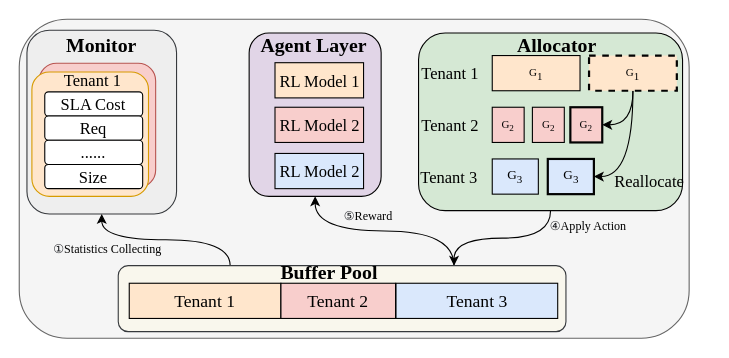
Before: 未命名绘图.drawio in K111DK/Network-utils, a draw.io diagram. Source tidied: cells renumbered, new cells numbered last; positions are measured from the earlier drawing's top-left corner, leaving out a move shared by most shapes. Both pictures are drawn from the tidied source at 110%, with x=0, y=0 at pixel (19, 19).
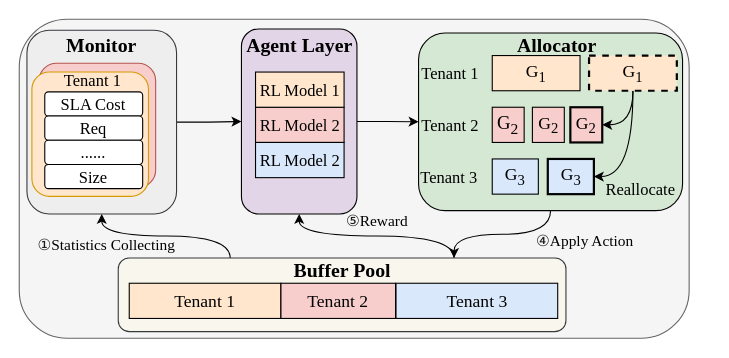
The same page after the edit.

Commit message (it also covers changes not shown here):
更新未命名绘图.drawio

The change refers to these unchanged cells:
```xml
<mxCell id="3" style="edgeStyle=orthogonalEdgeStyle;rounded=0;jettySize=auto;html=1;exitX=0.5;exitY=1;exitDx=0;exitDy=0;entryX=0.75;entryY=0;entryDx=0;entryDy=0;curved=1;fontFamily=Times New Roman;endArrow=classic;endFill=1;horizontal=1;" parent="1" edge="1" source="6" target="22">
  <mxGeometry relative="1" as="geometry" />
</mxCell>
<mxCell id="6" style="rounded=1;whiteSpace=wrap;html=1;fillColor=#d5e8d4;strokeColor=#020202;fontFamily=Times New Roman;horizontal=1;" parent="1" vertex="1">
  <mxGeometry x="363" y="12.5" width="240" height="161.5" as="geometry" />
</mxCell>
<mxCell id="15" style="rounded=1;whiteSpace=wrap;html=1;fillColor=#eeeeee;strokeColor=#36393d;fontFamily=Times New Roman;horizontal=1;" parent="1" vertex="1">
  <mxGeometry x="7" y="10" width="136" height="167" as="geometry" />
</mxCell>
<mxCell id="18" style="edgeStyle=orthogonalEdgeStyle;rounded=0;jettySize=auto;html=1;exitX=0.25;exitY=0;exitDx=0;exitDy=0;entryX=0.5;entryY=1;entryDx=0;entryDy=0;curved=1;fontFamily=Times New Roman;horizontal=1;" parent="1" edge="1" source="22" target="15">
  <mxGeometry relative="1" as="geometry" />
</mxCell>
<mxCell id="20" style="edgeStyle=orthogonalEdgeStyle;rounded=0;jettySize=auto;html=1;exitX=0.75;exitY=0;exitDx=0;exitDy=0;entryX=0.5;entryY=1;entryDx=0;entryDy=0;curved=1;fontFamily=Times New Roman;horizontal=1;" parent="1" edge="1" source="22" target="7">
  <mxGeometry relative="1" as="geometry" />
</mxCell>
```

What changed in the source:
```diff
@@
-    <mxCell id="4" value="&lt;font&gt;&lt;span style=&quot;color: rgb(25, 27, 31); text-align: start; text-wrap-mode: wrap;&quot;&gt;④&lt;/span&gt;Apply Action&lt;/font&gt;" style="edgeLabel;html=1;align=center;verticalAlign=middle;fontFamily=Times New Roman;labelBorderColor=none;labelBackgroundColor=#FFFFFF00;horizontal=1;" parent="3" vertex="1">
+    <mxCell id="4" value="&lt;font style=&quot;font-size: 14px;&quot;&gt;&lt;span style=&quot;color: rgb(25, 27, 31); text-align: start; text-wrap-mode: wrap;&quot;&gt;④&lt;/span&gt;Apply Action&lt;/font&gt;" style="edgeLabel;html=1;align=center;verticalAlign=middle;fontFamily=Times New Roman;labelBorderColor=none;labelBackgroundColor=#FFFFFF00;horizontal=1;" parent="3" vertex="1">
       <mxGeometry x="-0.38" y="-7" relative="1" as="geometry">
-        <mxPoint x="51" y="-5" as="offset" />
+        <mxPoint x="50" y="14" as="offset" />
       </mxGeometry>
     </mxCell>
@@
+    <mxCell id="44" style="edgeStyle=orthogonalEdgeStyle;rounded=0;jettySize=auto;html=1;exitX=1;exitY=0.5;exitDx=0;exitDy=0;entryX=0;entryY=0.5;entryDx=0;entryDy=0;" parent="1" edge="1" source="7" target="6">
+      <mxGeometry relative="1" as="geometry" />
+    </mxCell>
     <mxCell id="7" style="rounded=1;whiteSpace=wrap;html=1;fillColor=#e1d5e7;strokeColor=#020202;fontFamily=Times New Roman;horizontal=1;" parent="1" vertex="1">
-      <mxGeometry x="209" y="12.5" width="120" height="148.5" as="geometry" />
+      <mxGeometry x="202" y="8.8" width="105" height="168.2" as="geometry" />
     </mxCell>
     <mxCell id="8" value="&lt;font style=&quot;font-size: 18px;&quot;&gt;&lt;b&gt;Agent Layer&lt;/b&gt;&lt;/font&gt;" style="text;html=1;whiteSpace=wrap;strokeColor=none;fillColor=none;align=center;verticalAlign=middle;rounded=0;fontFamily=Times New Roman;horizontal=1;" parent="1" vertex="1">
-      <mxGeometry x="212.5" y="17" width="110" height="14" as="geometry" />
+      <mxGeometry x="200" y="17" width="110" height="14" as="geometry" />
     </mxCell>
     <mxCell id="9" value="&lt;font style=&quot;font-size: 15px;&quot;&gt;RL Model 2&lt;/font&gt;" style="rounded=0;whiteSpace=wrap;html=1;fillColor=#f8cecc;strokeColor=#020202;fontFamily=Times New Roman;horizontal=1;" parent="1" vertex="1">
-      <mxGeometry x="232.5" y="80" width="80.5" height="32" as="geometry" />
+      <mxGeometry x="214.8" y="80" width="80.5" height="32" as="geometry" />
     </mxCell>
@@
-    <mxCell id="12" value="&lt;span style=&quot;font-size: 10px;&quot;&gt;G&lt;/span&gt;&lt;sub&gt;1&lt;/sub&gt;" style="rounded=0;whiteSpace=wrap;html=1;fillColor=#ffe6cc;strokeColor=#020202;fontFamily=Times New Roman;dashed=1;strokeWidth=2;horizontal=1;" parent="1" vertex="1">
+    <mxCell id="12" value="&lt;font style=&quot;font-size: 16px;&quot;&gt;G&lt;sub style=&quot;&quot;&gt;1&lt;/sub&gt;&lt;/font&gt;" style="rounded=0;whiteSpace=wrap;html=1;fillColor=#ffe6cc;strokeColor=#020202;fontFamily=Times New Roman;dashed=1;strokeWidth=2;horizontal=1;" parent="1" vertex="1">
       <mxGeometry x="518" y="33" width="79.8" height="32" as="geometry" />
     </mxCell>
-    <mxCell id="13" value="G&lt;sub&gt;3&lt;/sub&gt;" style="rounded=0;whiteSpace=wrap;html=1;fillColor=#dae8fc;strokeColor=#020202;fontFamily=Times New Roman;strokeWidth=2;horizontal=1;" parent="1" vertex="1">
+    <mxCell id="13" value="&lt;font style=&quot;font-size: 16px;&quot;&gt;G&lt;sub style=&quot;&quot;&gt;3&lt;/sub&gt;&lt;/font&gt;" style="rounded=0;whiteSpace=wrap;html=1;fillColor=#dae8fc;strokeColor=#020202;fontFamily=Times New Roman;strokeWidth=2;horizontal=1;" parent="1" vertex="1">
       <mxGeometry x="480.5" y="127" width="41.9" height="32" as="geometry" />
     </mxCell>
-    <mxCell id="14" value="&lt;span style=&quot;font-size: 10px;&quot;&gt;G&lt;sub&gt;2&lt;/sub&gt;&lt;/span&gt;" style="rounded=0;whiteSpace=wrap;html=1;fillColor=#f8cecc;strokeColor=#020202;fontFamily=Times New Roman;strokeWidth=2;horizontal=1;" parent="1" vertex="1">
+    <mxCell id="14" value="&lt;font style=&quot;font-size: 16px;&quot;&gt;G&lt;sub style=&quot;&quot;&gt;2&lt;/sub&gt;&lt;/font&gt;" style="rounded=0;whiteSpace=wrap;html=1;fillColor=#f8cecc;strokeColor=#020202;fontFamily=Times New Roman;strokeWidth=2;horizontal=1;" parent="1" vertex="1">
       <mxGeometry x="501" y="80" width="29" height="32" as="geometry" />
     </mxCell>
+    <mxCell id="45" style="edgeStyle=orthogonalEdgeStyle;rounded=0;jettySize=auto;html=1;exitX=1;exitY=0.5;exitDx=0;exitDy=0;entryX=0;entryY=0.5;entryDx=0;entryDy=0;" parent="1" edge="1" source="15" target="7">
+      <mxGeometry relative="1" as="geometry" />
+    </mxCell>
@@
-    <mxCell id="19" value="&lt;font&gt;&lt;span style=&quot;color: rgb(25, 27, 31); text-align: start; text-wrap-mode: wrap;&quot;&gt;①&lt;/span&gt;Statistics Collecting&lt;/font&gt;" style="edgeLabel;html=1;align=center;verticalAlign=middle;fontFamily=Times New Roman;labelBorderColor=none;labelBackgroundColor=#FFFFFF00;horizontal=1;" parent="18" vertex="1">
+    <mxCell id="19" value="&lt;font style=&quot;font-size: 14px;&quot;&gt;&lt;span style=&quot;color: rgb(25, 27, 31); text-align: start; text-wrap-mode: wrap;&quot;&gt;①&lt;/span&gt;Statistics Collecting&lt;/font&gt;" style="edgeLabel;html=1;align=center;verticalAlign=middle;fontFamily=Times New Roman;labelBorderColor=none;labelBackgroundColor=#FFFFFF00;horizontal=1;" parent="18" vertex="1">
       <mxGeometry x="0.08" y="-1" relative="1" as="geometry">
         <mxPoint x="-48" y="9" as="offset" />
       </mxGeometry>
     </mxCell>
@@
-    <mxCell id="21" value="&lt;font&gt;&lt;span style=&quot;color: rgb(25, 27, 31); text-align: start; text-wrap-mode: wrap;&quot;&gt;⑤&lt;/span&gt;Reward&lt;/font&gt;" style="edgeLabel;html=1;align=center;verticalAlign=middle;fontFamily=Times New Roman;labelBorderColor=none;labelBackgroundColor=#FFFFFF00;horizontal=1;" parent="20" vertex="1">
+    <mxCell id="21" value="&lt;font style=&quot;font-size: 14px;&quot;&gt;&lt;span style=&quot;color: rgb(25, 27, 31); text-align: start; text-wrap-mode: wrap;&quot;&gt;⑤&lt;/span&gt;Reward&lt;/font&gt;" style="edgeLabel;html=1;align=center;verticalAlign=middle;fontFamily=Times New Roman;labelBorderColor=none;labelBackgroundColor=#FFFFFF00;horizontal=1;" parent="20" vertex="1">
       <mxGeometry x="0.07" relative="1" as="geometry">
-        <mxPoint x="-9" y="-14" as="offset" />
+        <mxPoint x="6" y="-14" as="offset" />
       </mxGeometry>
     </mxCell>
     <mxCell id="22" style="rounded=1;whiteSpace=wrap;html=1;fillColor=#f9f7ed;strokeColor=#36393d;fontFamily=Times New Roman;horizontal=1;" parent="1" vertex="1">
-      <mxGeometry x="90" y="224" width="407" height="60" as="geometry" />
+      <mxGeometry x="90" y="217" width="407" height="67" as="geometry" />
     </mxCell>
@@
-    <mxCell id="26" value="&lt;span style=&quot;font-size: 10px;&quot;&gt;G&lt;sub&gt;2&lt;/sub&gt;&lt;/span&gt;" style="rounded=0;whiteSpace=wrap;html=1;fillColor=#f8cecc;strokeColor=default;fontFamily=Times New Roman;strokeWidth=1;horizontal=1;" parent="1" vertex="1">
+    <mxCell id="26" value="&lt;font style=&quot;font-size: 17px;&quot;&gt;G&lt;sub style=&quot;&quot;&gt;2&lt;/sub&gt;&lt;/font&gt;" style="rounded=0;whiteSpace=wrap;html=1;fillColor=#f8cecc;strokeColor=default;fontFamily=Times New Roman;strokeWidth=1;horizontal=1;" parent="1" vertex="1">
       <mxGeometry x="430" y="80" width="29" height="32" as="geometry" />
     </mxCell>
-    <mxCell id="27" value="&lt;span style=&quot;font-size: 10px;&quot;&gt;G&lt;sub&gt;2&lt;/sub&gt;&lt;/span&gt;" style="rounded=0;whiteSpace=wrap;html=1;fillColor=#f8cecc;strokeColor=default;fontFamily=Times New Roman;strokeWidth=1;horizontal=1;" parent="1" vertex="1">
+    <mxCell id="27" value="&lt;font style=&quot;font-size: 16px;&quot;&gt;G&lt;sub style=&quot;&quot;&gt;2&lt;/sub&gt;&lt;/font&gt;" style="rounded=0;whiteSpace=wrap;html=1;fillColor=#f8cecc;strokeColor=default;fontFamily=Times New Roman;strokeWidth=1;horizontal=1;" parent="1" vertex="1">
       <mxGeometry x="466.5" y="80" width="29" height="32" as="geometry" />
     </mxCell>
-    <mxCell id="28" value="G&lt;sub&gt;3&lt;/sub&gt;" style="rounded=0;whiteSpace=wrap;html=1;fillColor=#dae8fc;strokeColor=default;fontFamily=Times New Roman;strokeWidth=1;horizontal=1;" parent="1" vertex="1">
+    <mxCell id="28" value="&lt;font style=&quot;font-size: 16px;&quot;&gt;G&lt;sub style=&quot;&quot;&gt;3&lt;/sub&gt;&lt;/font&gt;" style="rounded=0;whiteSpace=wrap;html=1;fillColor=#dae8fc;strokeColor=default;fontFamily=Times New Roman;strokeWidth=1;horizontal=1;" parent="1" vertex="1">
       <mxGeometry x="430" y="127" width="41.9" height="32" as="geometry" />
     </mxCell>
-    <mxCell id="29" value="&lt;span style=&quot;font-size: 10px;&quot;&gt;G&lt;/span&gt;&lt;sub&gt;1&lt;/sub&gt;" style="rounded=0;whiteSpace=wrap;html=1;fillColor=#ffe6cc;strokeColor=default;fontFamily=Times New Roman;strokeWidth=1;horizontal=1;" parent="1" vertex="1">
+    <mxCell id="29" value="&lt;font style=&quot;font-size: 16px;&quot;&gt;G&lt;sub style=&quot;&quot;&gt;1&lt;/sub&gt;&lt;/font&gt;" style="rounded=0;whiteSpace=wrap;html=1;fillColor=#ffe6cc;strokeColor=default;fontFamily=Times New Roman;strokeWidth=1;horizontal=1;" parent="1" vertex="1">
       <mxGeometry x="430" y="33" width="79.8" height="32" as="geometry" />
     </mxCell>
@@
     <mxCell id="31" value="&lt;font style=&quot;font-size: 15px;&quot;&gt;RL Model 1&lt;/font&gt;" style="rounded=0;whiteSpace=wrap;html=1;fillColor=#ffe6cc;strokeColor=#020202;fontFamily=Times New Roman;horizontal=1;" parent="1" vertex="1">
-      <mxGeometry x="232.5" y="39.5" width="80.5" height="32" as="geometry" />
+      <mxGeometry x="214.8" y="48" width="80.5" height="32" as="geometry" />
     </mxCell>
     <mxCell id="32" value="&lt;font style=&quot;font-size: 15px;&quot;&gt;RL Model 2&lt;/font&gt;" style="rounded=0;whiteSpace=wrap;html=1;fillColor=#dae8fc;strokeColor=#020202;fontFamily=Times New Roman;horizontal=1;" parent="1" vertex="1">
-      <mxGeometry x="232.5" y="122" width="80.5" height="32" as="geometry" />
+      <mxGeometry x="214.8" y="112" width="80.5" height="32" as="geometry" />
     </mxCell>
     <mxCell id="33" value="&lt;b&gt;Buffer Pool&lt;/b&gt;" style="text;html=1;whiteSpace=wrap;strokeColor=none;fillColor=none;align=center;verticalAlign=middle;rounded=0;fontFamily=Times New Roman;fontSize=18;horizontal=1;" parent="1" vertex="1">
-      <mxGeometry x="227" y="224" width="110" height="14" as="geometry" />
+      <mxGeometry x="238.5" y="222" width="110" height="14" as="geometry" />
     </mxCell>
@@
     <mxCell id="36" value="Reallocate" style="text;html=1;whiteSpace=wrap;strokeColor=none;fillColor=none;align=center;verticalAlign=middle;rounded=0;fontFamily=Times New Roman;horizontal=1;fontSize=15;" parent="1" vertex="1">
-      <mxGeometry x="518" y="140" width="110" height="14" as="geometry" />
+      <mxGeometry x="509.9" y="147" width="110" height="14" as="geometry" />
     </mxCell>
```
